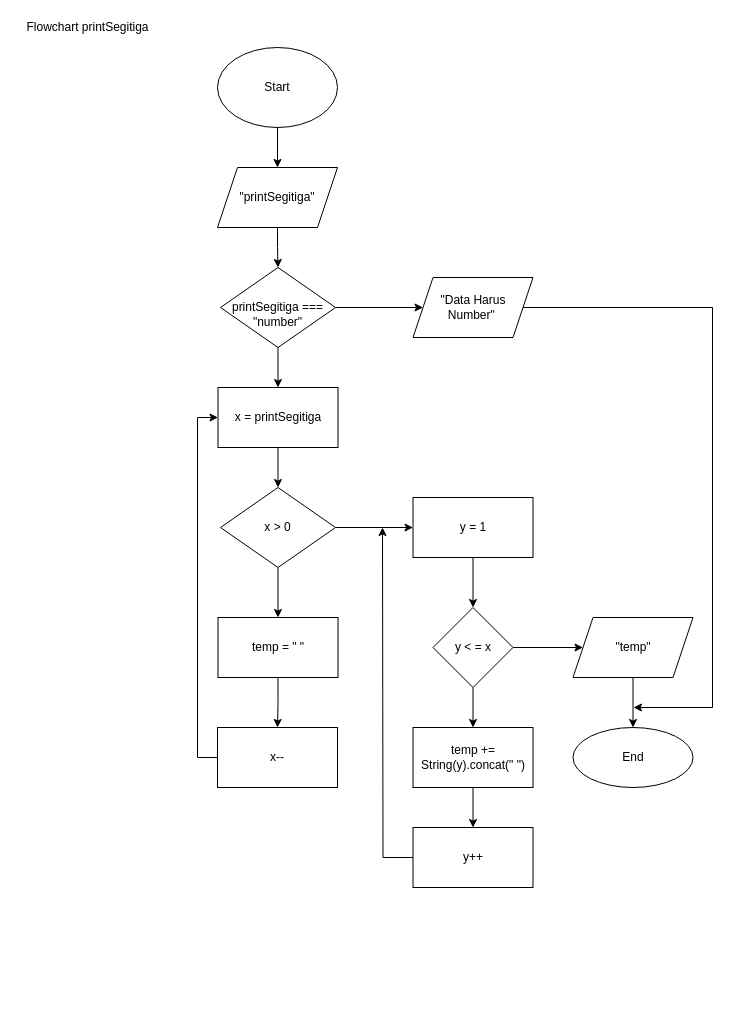
aviantofan/fw5-additional-flowchart keeps this draw.io diagram as printSegitiga.drawio. Above is the earlier version. Source tidied: cells renumbered, new cells numbered last; positions are measured from the earlier drawing's top-left corner, leaving out a move shared by most shapes. Both pictures are drawn from the tidied source at 100%, with x=0, y=0 at pixel (17, 17).
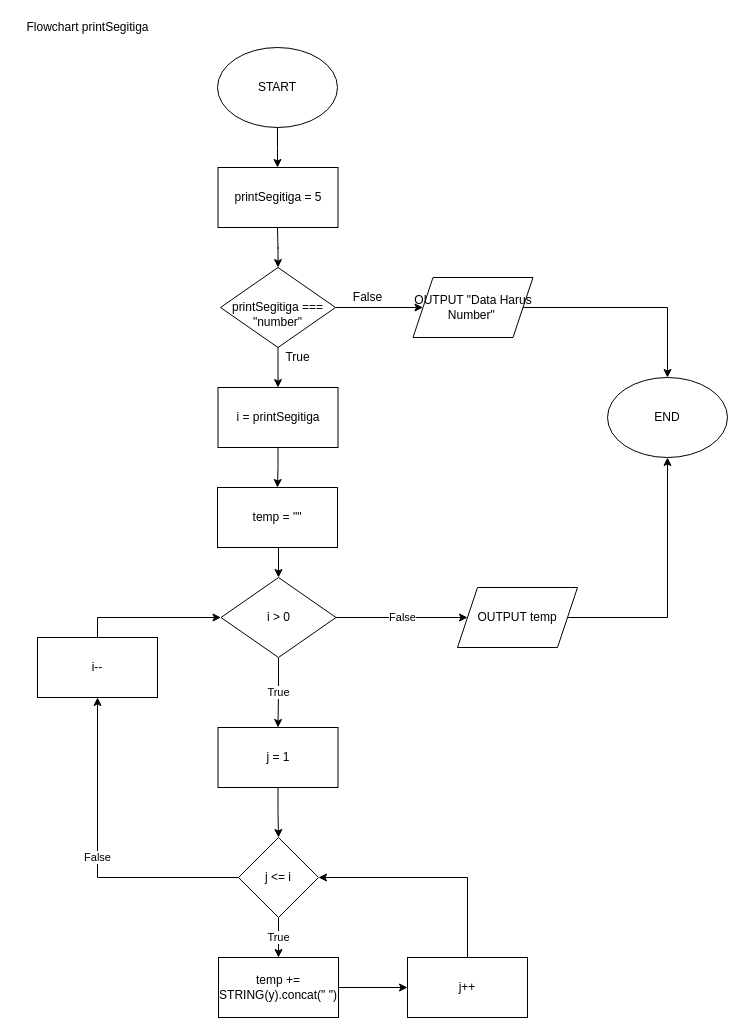
The same diagram, later.

Commit message (it also covers changes not shown here):
Perbaikan flowchart

The change refers to these unchanged cells:
```xml
<mxCell id="9" value="&lt;br&gt;printSegitiga === &quot;number&quot;" style="rhombus;whiteSpace=wrap;html=1;" parent="1" vertex="1">
  <mxGeometry x="203" y="250" width="115" height="80" as="geometry" />
</mxCell>
```

Diff of the diagram source:
```diff
@@
-    <mxCell id="2" style="edgeStyle=orthogonalEdgeStyle;rounded=0;jettySize=auto;html=1;exitX=0.5;exitY=1;exitDx=0;exitDy=0;entryX=0.5;entryY=0;entryDx=0;entryDy=0;" parent="1" edge="1" source="3" target="6">
-      <mxGeometry relative="1" as="geometry" />
+    <mxCell id="2" style="edgeStyle=orthogonalEdgeStyle;rounded=0;jettySize=auto;html=1;exitX=0.5;exitY=1;exitDx=0;exitDy=0;entryX=0.5;entryY=0;entryDx=0;entryDy=0;" parent="1" edge="1" source="3">
+      <mxGeometry relative="1" as="geometry">
+        <mxPoint x="260" y="150" as="targetPoint" />
+      </mxGeometry>
     </mxCell>
-    <mxCell id="3" value="Start" style="ellipse;whiteSpace=wrap;html=1;" parent="1" vertex="1">
+    <mxCell id="3" value="START" style="ellipse;whiteSpace=wrap;html=1;" parent="1" vertex="1">
       <mxGeometry x="200" y="30" width="120" height="80" as="geometry" />
     </mxCell>
@@
-    <mxCell id="5" style="edgeStyle=orthogonalEdgeStyle;rounded=0;jettySize=auto;html=1;exitX=0.5;exitY=1;exitDx=0;exitDy=0;entryX=0.5;entryY=0;entryDx=0;entryDy=0;" parent="1" edge="1" source="6" target="9">
-      <mxGeometry relative="1" as="geometry" />
+    <mxCell id="5" style="edgeStyle=orthogonalEdgeStyle;rounded=0;jettySize=auto;html=1;exitX=0.5;exitY=1;exitDx=0;exitDy=0;entryX=0.5;entryY=0;entryDx=0;entryDy=0;" parent="1" edge="1" target="9">
+      <mxGeometry relative="1" as="geometry">
+        <mxPoint x="260" y="210" as="sourcePoint" />
+      </mxGeometry>
     </mxCell>
-    <mxCell id="6" value="&quot;printSegitiga&quot;" style="shape=parallelogram;perimeter=parallelogramPerimeter;whiteSpace=wrap;html=1;fixedSize=1;" parent="1" vertex="1">
-      <mxGeometry x="200" y="150" width="120" height="60" as="geometry" />
-    </mxCell>
@@
-    <mxCell id="10" style="edgeStyle=orthogonalEdgeStyle;rounded=0;jettySize=auto;html=1;exitX=0.5;exitY=1;exitDx=0;exitDy=0;entryX=0.5;entryY=0;entryDx=0;entryDy=0;" parent="1" edge="1" source="11" target="14">
-      <mxGeometry relative="1" as="geometry" />
-    </mxCell>
+    <mxCell id="33" style="edgeStyle=orthogonalEdgeStyle;rounded=0;jettySize=auto;html=1;exitX=0.5;exitY=1;exitDx=0;exitDy=0;entryX=0.5;entryY=0;entryDx=0;entryDy=0;" parent="1" edge="1" source="11" target="54">
+      <mxGeometry relative="1" as="geometry" />
+    </mxCell>
-    <mxCell id="11" value="x = printSegitiga" style="rounded=0;whiteSpace=wrap;html=1;" parent="1" vertex="1">
+    <mxCell id="11" value="i = printSegitiga" style="rounded=0;whiteSpace=wrap;html=1;" parent="1" vertex="1">
       <mxGeometry x="200.5" y="370" width="120" height="60" as="geometry" />
     </mxCell>
-    <mxCell id="12" style="edgeStyle=orthogonalEdgeStyle;rounded=0;jettySize=auto;html=1;exitX=0.5;exitY=1;exitDx=0;exitDy=0;entryX=0.5;entryY=0;entryDx=0;entryDy=0;" parent="1" edge="1" source="14" target="16">
-      <mxGeometry relative="1" as="geometry" />
-    </mxCell>
-    <mxCell id="13" style="edgeStyle=orthogonalEdgeStyle;rounded=0;jettySize=auto;html=1;" parent="1" edge="1" source="14" target="20">
+    <mxCell id="13" value="False" style="edgeStyle=orthogonalEdgeStyle;rounded=0;jettySize=auto;html=1;entryX=0;entryY=0.5;entryDx=0;entryDy=0;" parent="1" edge="1" source="14" target="51">
       <mxGeometry relative="1" as="geometry" />
     </mxCell>
+    <mxCell id="34" value="True" style="edgeStyle=orthogonalEdgeStyle;rounded=0;jettySize=auto;html=1;exitX=0.5;exitY=1;exitDx=0;exitDy=0;entryX=0.5;entryY=0;entryDx=0;entryDy=0;" parent="1" edge="1" source="14" target="40">
+      <mxGeometry relative="1" as="geometry" />
+    </mxCell>
-    <mxCell id="14" value="x &amp;gt; 0" style="rhombus;whiteSpace=wrap;html=1;" parent="1" vertex="1">
-      <mxGeometry x="203" y="470" width="115" height="80" as="geometry" />
+    <mxCell id="14" value="i &amp;gt; 0" style="rhombus;whiteSpace=wrap;html=1;" parent="1" vertex="1">
+      <mxGeometry x="203.5" y="560" width="115" height="80" as="geometry" />
     </mxCell>
-    <mxCell id="15" style="edgeStyle=orthogonalEdgeStyle;rounded=0;jettySize=auto;html=1;exitX=0.5;exitY=1;exitDx=0;exitDy=0;entryX=0.5;entryY=0;entryDx=0;entryDy=0;" parent="1" edge="1" source="16" target="18">
-      <mxGeometry relative="1" as="geometry" />
-    </mxCell>
-    <mxCell id="16" value="temp = &quot; &quot;" style="rounded=0;whiteSpace=wrap;html=1;" parent="1" vertex="1">
-      <mxGeometry x="200.5" y="600" width="120" height="60" as="geometry" />
-    </mxCell>
-    <mxCell id="17" style="edgeStyle=orthogonalEdgeStyle;rounded=0;jettySize=auto;html=1;exitX=0;exitY=0.5;exitDx=0;exitDy=0;entryX=0;entryY=0.5;entryDx=0;entryDy=0;" parent="1" edge="1" source="18" target="11">
-      <mxGeometry relative="1" as="geometry" />
-    </mxCell>
-    <mxCell id="18" value="x--" style="rounded=0;whiteSpace=wrap;html=1;" parent="1" vertex="1">
-      <mxGeometry x="200" y="710" width="120" height="60" as="geometry" />
-    </mxCell>
-    <mxCell id="19" style="edgeStyle=orthogonalEdgeStyle;rounded=0;jettySize=auto;html=1;" parent="1" edge="1" source="20" target="23">
-      <mxGeometry relative="1" as="geometry" />
-    </mxCell>
-    <mxCell id="20" value="y = 1" style="whiteSpace=wrap;html=1;" parent="1" vertex="1">
-      <mxGeometry x="395.5" y="480" width="120" height="60" as="geometry" />
-    </mxCell>
-    <mxCell id="21" style="edgeStyle=orthogonalEdgeStyle;rounded=0;jettySize=auto;html=1;" parent="1" edge="1" source="23" target="25">
-      <mxGeometry relative="1" as="geometry" />
-    </mxCell>
-    <mxCell id="22" style="edgeStyle=orthogonalEdgeStyle;rounded=0;jettySize=auto;html=1;" parent="1" edge="1" source="23" target="31">
-      <mxGeometry relative="1" as="geometry" />
-    </mxCell>
-    <mxCell id="23" value="y &amp;lt; = x" style="rhombus;whiteSpace=wrap;html=1;" parent="1" vertex="1">
-      <mxGeometry x="415.5" y="590" width="80" height="80" as="geometry" />
-    </mxCell>
-    <mxCell id="24" style="edgeStyle=orthogonalEdgeStyle;rounded=0;jettySize=auto;html=1;" parent="1" edge="1" source="25" target="27">
-      <mxGeometry relative="1" as="geometry" />
-    </mxCell>
-    <mxCell id="25" value="temp += String(y).concat(&quot; &quot;)" style="whiteSpace=wrap;html=1;" parent="1" vertex="1">
-      <mxGeometry x="395.5" y="710" width="120" height="60" as="geometry" />
-    </mxCell>
-    <mxCell id="26" style="edgeStyle=orthogonalEdgeStyle;rounded=0;jettySize=auto;html=1;exitX=0;exitY=0.5;exitDx=0;exitDy=0;" parent="1" edge="1" source="27">
-      <mxGeometry relative="1" as="geometry">
-        <mxPoint x="365" y="510" as="targetPoint" />
-      </mxGeometry>
-    </mxCell>
-    <mxCell id="27" value="y++" style="whiteSpace=wrap;html=1;" parent="1" vertex="1">
-      <mxGeometry x="395.5" y="810" width="120" height="60" as="geometry" />
-    </mxCell>
-    <mxCell id="28" style="edgeStyle=orthogonalEdgeStyle;rounded=0;jettySize=auto;html=1;exitX=1;exitY=0.5;exitDx=0;exitDy=0;" parent="1" edge="1" source="29">
-      <mxGeometry relative="1" as="geometry">
-        <mxPoint x="616" y="690" as="targetPoint" />
-        <Array as="points">
-          <mxPoint x="695" y="290" />
-          <mxPoint x="695" y="690" />
-        </Array>
-      </mxGeometry>
-    </mxCell>
+    <mxCell id="35" style="edgeStyle=orthogonalEdgeStyle;rounded=0;jettySize=auto;html=1;exitX=1;exitY=0.5;exitDx=0;exitDy=0;entryX=0.5;entryY=0;entryDx=0;entryDy=0;" parent="1" edge="1" source="29" target="52">
+      <mxGeometry relative="1" as="geometry" />
+    </mxCell>
-    <mxCell id="29" value="&quot;Data Harus Number&quot;&amp;nbsp;" style="shape=parallelogram;perimeter=parallelogramPerimeter;whiteSpace=wrap;html=1;fixedSize=1;" parent="1" vertex="1">
+    <mxCell id="29" value="OUTPUT &quot;Data Harus Number&quot;&amp;nbsp;" style="shape=parallelogram;perimeter=parallelogramPerimeter;whiteSpace=wrap;html=1;fixedSize=1;" parent="1" vertex="1">
       <mxGeometry x="395.5" y="260" width="120" height="60" as="geometry" />
     </mxCell>
-    <mxCell id="30" style="edgeStyle=orthogonalEdgeStyle;rounded=0;jettySize=auto;html=1;" parent="1" edge="1" source="31" target="32">
-      <mxGeometry relative="1" as="geometry" />
-    </mxCell>
-    <mxCell id="31" value="&quot;temp&quot;" style="shape=parallelogram;perimeter=parallelogramPerimeter;whiteSpace=wrap;html=1;fixedSize=1;" parent="1" vertex="1">
-      <mxGeometry x="555.5" y="600" width="120" height="60" as="geometry" />
-    </mxCell>
-    <mxCell id="32" value="End" style="ellipse;whiteSpace=wrap;html=1;" parent="1" vertex="1">
-      <mxGeometry x="555.5" y="710" width="120" height="60" as="geometry" />
-    </mxCell>
+    <mxCell id="36" value="True" style="text;html=1;align=center;verticalAlign=middle;strokeColor=none;fillColor=none;" parent="1" vertex="1">
+      <mxGeometry x="260" y="330" width="40" height="20" as="geometry" />
+    </mxCell>
+    <mxCell id="37" value="False" style="text;html=1;align=center;verticalAlign=middle;strokeColor=none;fillColor=none;" parent="1" vertex="1">
+      <mxGeometry x="330" y="270" width="40" height="20" as="geometry" />
+    </mxCell>
+    <mxCell id="38" value="printSegitiga = 5" style="rounded=0;whiteSpace=wrap;html=1;" parent="1" vertex="1">
+      <mxGeometry x="200.5" y="150" width="120" height="60" as="geometry" />
+    </mxCell>
+    <mxCell id="39" style="edgeStyle=orthogonalEdgeStyle;rounded=0;jettySize=auto;html=1;exitX=0.5;exitY=1;exitDx=0;exitDy=0;entryX=0.5;entryY=0;entryDx=0;entryDy=0;" parent="1" edge="1" source="40" target="43">
+      <mxGeometry relative="1" as="geometry" />
+    </mxCell>
+    <mxCell id="40" value="j = 1" style="rounded=0;whiteSpace=wrap;html=1;" parent="1" vertex="1">
+      <mxGeometry x="200.5" y="710" width="120" height="60" as="geometry" />
+    </mxCell>
+    <mxCell id="41" value="True" style="edgeStyle=orthogonalEdgeStyle;rounded=0;jettySize=auto;html=1;exitX=0.5;exitY=1;exitDx=0;exitDy=0;entryX=0.5;entryY=0;entryDx=0;entryDy=0;" parent="1" edge="1" source="43" target="45">
+      <mxGeometry relative="1" as="geometry" />
+    </mxCell>
+    <mxCell id="42" value="False" style="edgeStyle=orthogonalEdgeStyle;rounded=0;jettySize=auto;html=1;exitX=0;exitY=0.5;exitDx=0;exitDy=0;entryX=0.5;entryY=1;entryDx=0;entryDy=0;" parent="1" edge="1" source="43" target="49">
+      <mxGeometry relative="1" as="geometry" />
+    </mxCell>
+    <mxCell id="43" value="j &amp;lt;= i" style="rhombus;whiteSpace=wrap;html=1;" parent="1" vertex="1">
+      <mxGeometry x="221" y="820" width="80" height="80" as="geometry" />
+    </mxCell>
+    <mxCell id="44" style="edgeStyle=orthogonalEdgeStyle;rounded=0;jettySize=auto;html=1;exitX=1;exitY=0.5;exitDx=0;exitDy=0;entryX=0;entryY=0.5;entryDx=0;entryDy=0;" parent="1" edge="1" source="45" target="47">
+      <mxGeometry relative="1" as="geometry" />
+    </mxCell>
+    <mxCell id="45" value="temp += STRING(y).concat(&quot; &quot;)" style="rounded=0;whiteSpace=wrap;html=1;" parent="1" vertex="1">
+      <mxGeometry x="201" y="940" width="120" height="60" as="geometry" />
+    </mxCell>
+    <mxCell id="46" style="edgeStyle=orthogonalEdgeStyle;rounded=0;jettySize=auto;html=1;exitX=0.5;exitY=0;exitDx=0;exitDy=0;entryX=1;entryY=0.5;entryDx=0;entryDy=0;" parent="1" edge="1" source="47" target="43">
+      <mxGeometry relative="1" as="geometry" />
+    </mxCell>
+    <mxCell id="47" value="j++" style="rounded=0;whiteSpace=wrap;html=1;" parent="1" vertex="1">
+      <mxGeometry x="390" y="940" width="120" height="60" as="geometry" />
+    </mxCell>
+    <mxCell id="48" style="edgeStyle=orthogonalEdgeStyle;rounded=0;jettySize=auto;html=1;exitX=0.5;exitY=0;exitDx=0;exitDy=0;entryX=0;entryY=0.5;entryDx=0;entryDy=0;" parent="1" edge="1" source="49" target="14">
+      <mxGeometry relative="1" as="geometry" />
+    </mxCell>
+    <mxCell id="49" value="i--" style="rounded=0;whiteSpace=wrap;html=1;" parent="1" vertex="1">
+      <mxGeometry x="20" y="620" width="120" height="60" as="geometry" />
+    </mxCell>
+    <mxCell id="50" style="edgeStyle=orthogonalEdgeStyle;rounded=0;jettySize=auto;html=1;exitX=1;exitY=0.5;exitDx=0;exitDy=0;entryX=0.5;entryY=1;entryDx=0;entryDy=0;" parent="1" edge="1" source="51" target="52">
+      <mxGeometry relative="1" as="geometry" />
+    </mxCell>
+    <mxCell id="51" value="OUTPUT temp" style="shape=parallelogram;perimeter=parallelogramPerimeter;whiteSpace=wrap;html=1;fixedSize=1;" parent="1" vertex="1">
+      <mxGeometry x="440" y="570" width="120" height="60" as="geometry" />
+    </mxCell>
+    <mxCell id="52" value="END" style="ellipse;whiteSpace=wrap;html=1;" parent="1" vertex="1">
+      <mxGeometry x="590" y="360" width="120" height="80" as="geometry" />
+    </mxCell>
+    <mxCell id="53" style="edgeStyle=orthogonalEdgeStyle;rounded=0;jettySize=auto;html=1;exitX=0.5;exitY=1;exitDx=0;exitDy=0;entryX=0.5;entryY=0;entryDx=0;entryDy=0;" parent="1" edge="1" source="54" target="14">
+      <mxGeometry relative="1" as="geometry" />
+    </mxCell>
+    <mxCell id="54" value="temp = &quot;&quot;" style="rounded=0;whiteSpace=wrap;html=1;" parent="1" vertex="1">
+      <mxGeometry x="200" y="470" width="120" height="60" as="geometry" />
+    </mxCell>
```
